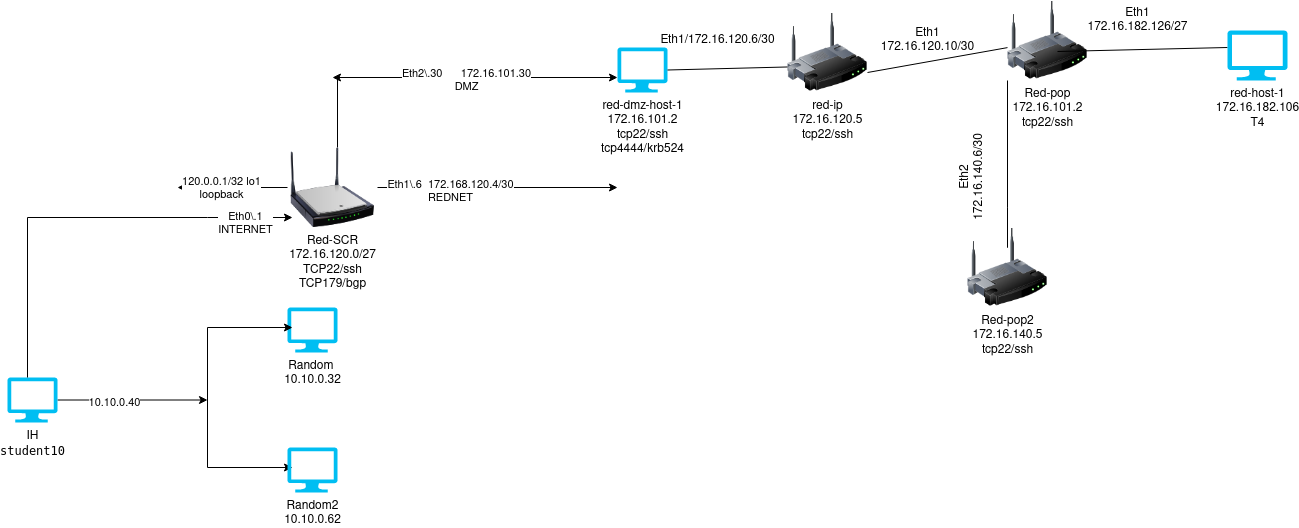
Above: networkingctfs.drawio.png in mesnath/Networking (draw.io), before the change. Source tidied: cells renumbered, new cells last; positions are measured from the earlier drawing's top-left corner, leaving out a move shared by most shapes.
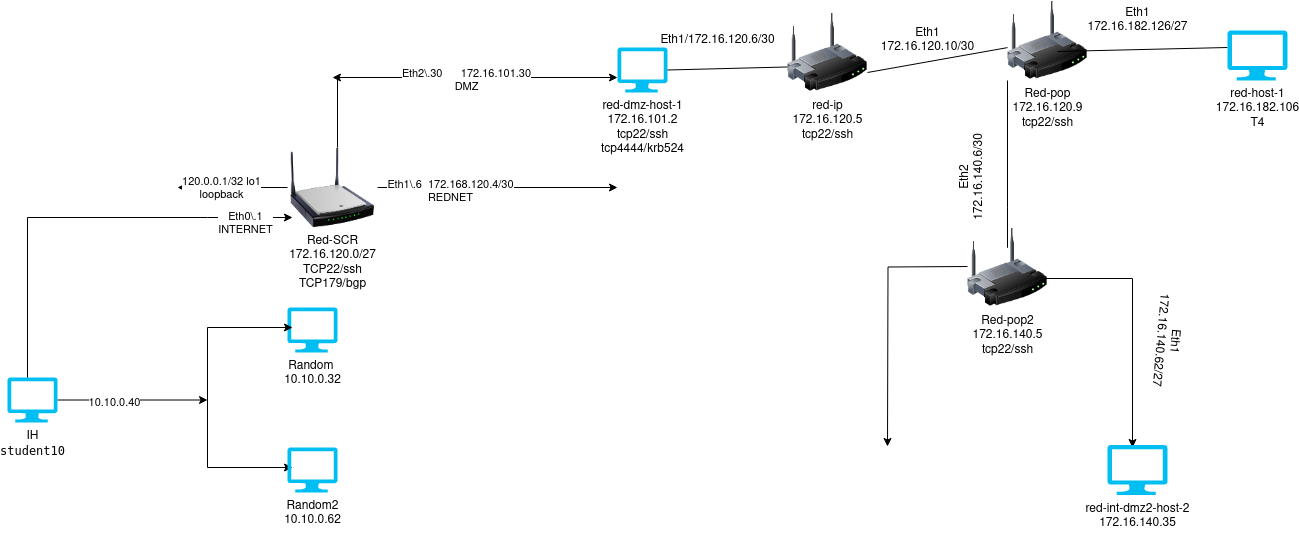
After the change.

Diff of the diagram source:
```diff
@@ -116,7 +116,7 @@
     <mxCell id="27" value="Eth1&lt;br&gt;172.16.120.10/30" style="text;html=1;align=center;verticalAlign=middle;strokeColor=none;fillColor=none;" parent="1" vertex="1">
       <mxGeometry x="860" y="20" width="120" height="40" as="geometry" />
     </mxCell>
-    <mxCell id="28" value="Red-pop&lt;br&gt;172.16.101.2&lt;br&gt;tcp22/ssh" style="image;html=1;image=img/lib/clip_art/networking/Wireless_Router_128x128.png;" parent="1" vertex="1">
+    <mxCell id="28" value="Red-pop&lt;br&gt;172.16.120.9&lt;br&gt;tcp22/ssh" style="image;html=1;image=img/lib/clip_art/networking/Wireless_Router_128x128.png;" parent="1" vertex="1">
       <mxGeometry x="1000" width="80" height="80" as="geometry" />
     </mxCell>
     <mxCell id="29" style="endArrow=none;html=1;rounded=0;exitX=1;exitY=0.5;exitDx=0;exitDy=0;exitPerimeter=0;" parent="1" edge="1">
@@ -131,6 +131,16 @@
     <mxCell id="31" value="Eth1&lt;br&gt;172.16.182.126/27" style="text;html=1;align=center;verticalAlign=middle;strokeColor=none;fillColor=none;" parent="1" vertex="1">
       <mxGeometry x="1070" width="120" height="40" as="geometry" />
     </mxCell>
+    <mxCell id="35" style="edgeStyle=orthogonalEdgeStyle;rounded=0;orthogonalLoop=1;jettySize=auto;html=1;" parent="1" edge="1">
+      <mxGeometry relative="1" as="geometry">
+        <mxPoint x="1010" y="277" as="sourcePoint" />
+        <mxPoint x="1125" y="447" as="targetPoint" />
+        <Array as="points">
+          <mxPoint x="1010.5" y="278" />
+          <mxPoint x="1125.5" y="278" />
+        </Array>
+      </mxGeometry>
+    </mxCell>
     <mxCell id="32" value="Eth2&lt;br&gt;172.16.140.6/30" style="text;html=1;align=center;verticalAlign=middle;strokeColor=none;fillColor=none;rotation=-90;" parent="1" vertex="1">
       <mxGeometry x="910" y="157" width="110" height="40" as="geometry" />
     </mxCell>
@@ -146,5 +156,17 @@
     <mxCell id="34" value="Red-pop2&lt;br&gt;172.16.140.5&lt;br&gt;tcp22/ssh" style="image;html=1;image=img/lib/clip_art/networking/Wireless_Router_128x128.png;" parent="1" vertex="1">
       <mxGeometry x="960" y="227" width="80" height="80" as="geometry" />
     </mxCell>
+    <mxCell id="36" value="&lt;div&gt;red-int-dmz2-host-2&lt;/div&gt;&lt;div&gt;172.16.140.35&lt;/div&gt;&lt;div&gt;&lt;br&gt;&lt;/div&gt;" style="verticalLabelPosition=bottom;html=1;verticalAlign=top;align=center;strokeColor=none;fillColor=#00BEF2;shape=mxgraph.azure.computer;" parent="1" vertex="1">
+      <mxGeometry x="1100" y="444.5" width="60" height="50" as="geometry" />
+    </mxCell>
+    <mxCell id="37" value="Eth1&lt;br&gt;172.16.140.62/27" style="text;html=1;align=center;verticalAlign=middle;strokeColor=none;fillColor=none;rotation=95;" parent="1" vertex="1">
+      <mxGeometry x="1100" y="320" width="120" height="40" as="geometry" />
+    </mxCell>
+    <mxCell id="38" style="edgeStyle=orthogonalEdgeStyle;rounded=0;orthogonalLoop=1;jettySize=auto;html=1;" parent="1" edge="1">
+      <mxGeometry relative="1" as="geometry">
+        <mxPoint x="960" y="266" as="sourcePoint" />
+        <mxPoint x="880" y="446" as="targetPoint" />
+      </mxGeometry>
+    </mxCell>
   </root>
 </mxGraphModel>
```
